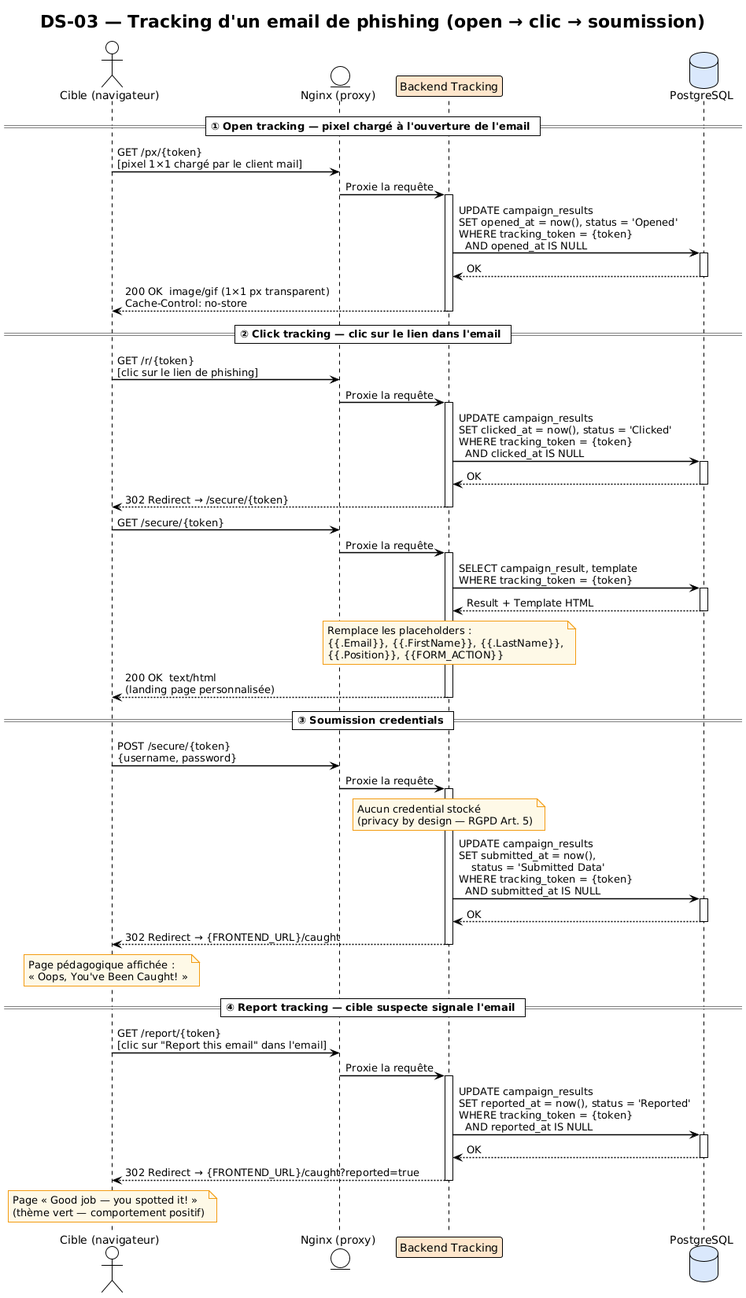
Earlier version of the PlantUML export docs/uml/seq-tracking.png (xDiogow/PhishNet).
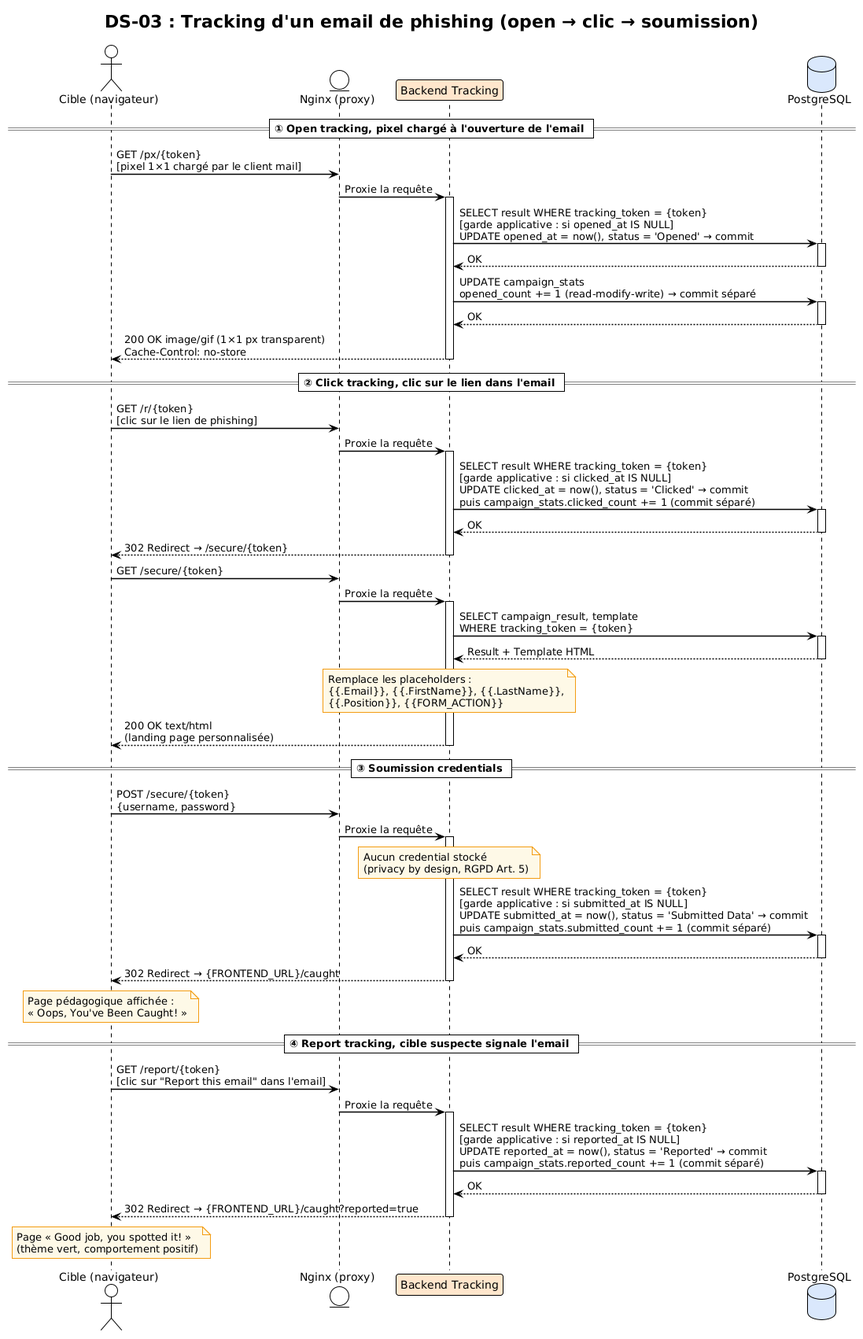
After the commit.

Diff of the diagram source:
```diff
@@ -5,34 +5,39 @@
 skinparam noteBorderColor #f39c12
 skinparam noteBackgroundColor #FEF9E7
 
-title DS-03 — Tracking d'un email de phishing (open → clic → soumission)
+title DS-03 : Tracking d'un email de phishing (open → clic → soumission)
 
-actor    "Cible (navigateur)" as C
-entity   "Nginx (proxy)"      as N
+actor "Cible (navigateur)" as C
+entity "Nginx (proxy)" as N
 participant "Backend Tracking" as BE #ffe6cc
-database "PostgreSQL"         as DB #dae8fc
+database "PostgreSQL" as DB #dae8fc
 
-== ① Open tracking — pixel chargé à l'ouverture de l'email ==
+== ① Open tracking, pixel chargé à l'ouverture de l'email ==
 
-C -> N  : GET /px/{token}\n[pixel 1×1 chargé par le client mail]
+C -> N : GET /px/{token}\n[pixel 1×1 chargé par le client mail]
 N -> BE : Proxie la requête
 activate BE
 
-BE -> DB : UPDATE campaign_results\nSET opened_at = now(), status = 'Opened'\nWHERE tracking_token = {token}\n  AND opened_at IS NULL
+BE -> DB : SELECT result WHERE tracking_token = {token}\n[garde applicative : si opened_at IS NULL]\nUPDATE opened_at = now(), status = 'Opened' → commit
 activate DB
 DB --> BE : OK
 deactivate DB
 
-BE --> C : 200 OK  image/gif (1×1 px transparent)\nCache-Control: no-store
+BE -> DB : UPDATE campaign_stats\nopened_count += 1 (read-modify-write) → commit séparé
+activate DB
+DB --> BE : OK
+deactivate DB
+
+BE --> C : 200 OK image/gif (1×1 px transparent)\nCache-Control: no-store
 deactivate BE
 
-== ② Click tracking — clic sur le lien dans l'email ==
+== ② Click tracking, clic sur le lien dans l'email ==
 
-C -> N  : GET /r/{token}\n[clic sur le lien de phishing]
+C -> N : GET /r/{token}\n[clic sur le lien de phishing]
 N -> BE : Proxie la requête
 activate BE
 
-BE -> DB : UPDATE campaign_results\nSET clicked_at = now(), status = 'Clicked'\nWHERE tracking_token = {token}\n  AND clicked_at IS NULL
+BE -> DB : SELECT result WHERE tracking_token = {token}\n[garde applicative : si clicked_at IS NULL]\nUPDATE clicked_at = now(), status = 'Clicked' → commit\npuis campaign_stats.clicked_count += 1 (commit séparé)
 activate DB
 DB --> BE : OK
 deactivate DB
@@ -40,7 +45,7 @@
 BE --> C : 302 Redirect → /secure/{token}
 deactivate BE
 
-C -> N  : GET /secure/{token}
+C -> N : GET /secure/{token}
 N -> BE : Proxie la requête
 activate BE
 
@@ -50,26 +55,26 @@
 deactivate DB
 
 note over BE
-  Remplace les placeholders :
-  {{.Email}}, {{.FirstName}}, {{.LastName}},
-  {{.Position}}, {{FORM_ACTION}}
+ Remplace les placeholders :
+ {{.Email}}, {{.FirstName}}, {{.LastName}},
+ {{.Position}}, {{FORM_ACTION}}
 end note
 
-BE --> C : 200 OK  text/html\n(landing page personnalisée)
+BE --> C : 200 OK text/html\n(landing page personnalisée)
 deactivate BE
 
 == ③ Soumission credentials ==
 
-C -> N  : POST /secure/{token}\n{username, password}
+C -> N : POST /secure/{token}\n{username, password}
 N -> BE : Proxie la requête
 activate BE
 
 note over BE
-  Aucun credential stocké
-  (privacy by design — RGPD Art. 5)
+ Aucun credential stocké
+ (privacy by design, RGPD Art. 5)
 end note
 
-BE -> DB : UPDATE campaign_results\nSET submitted_at = now(),\n    status = 'Submitted Data'\nWHERE tracking_token = {token}\n  AND submitted_at IS NULL
+BE -> DB : SELECT result WHERE tracking_token = {token}\n[garde applicative : si submitted_at IS NULL]\nUPDATE submitted_at = now(), status = 'Submitted Data' → commit\npuis campaign_stats.submitted_count += 1 (commit séparé)
 activate DB
 DB --> BE : OK
 deactivate DB
@@ -78,17 +83,17 @@
 deactivate BE
 
 note over C
-  Page pédagogique affichée :
-  « Oops, You've Been Caught! »
+ Page pédagogique affichée :
+ « Oops, You've Been Caught! »
 end note
 
-== ④ Report tracking — cible suspecte signale l'email ==
+== ④ Report tracking, cible suspecte signale l'email ==
 
-C -> N  : GET /report/{token}\n[clic sur "Report this email" dans l'email]
+C -> N : GET /report/{token}\n[clic sur "Report this email" dans l'email]
 N -> BE : Proxie la requête
 activate BE
 
-BE -> DB : UPDATE campaign_results\nSET reported_at = now(), status = 'Reported'\nWHERE tracking_token = {token}\n  AND reported_at IS NULL
+BE -> DB : SELECT result WHERE tracking_token = {token}\n[garde applicative : si reported_at IS NULL]\nUPDATE reported_at = now(), status = 'Reported' → commit\npuis campaign_stats.reported_count += 1 (commit séparé)
 activate DB
 DB --> BE : OK
 deactivate DB
@@ -97,7 +102,7 @@
 deactivate BE
 
 note over C
-  Page « Good job — you spotted it! »
-  (thème vert — comportement positif)
+ Page « Good job, you spotted it! »
+ (thème vert, comportement positif)
 end note
 @enduml
```
